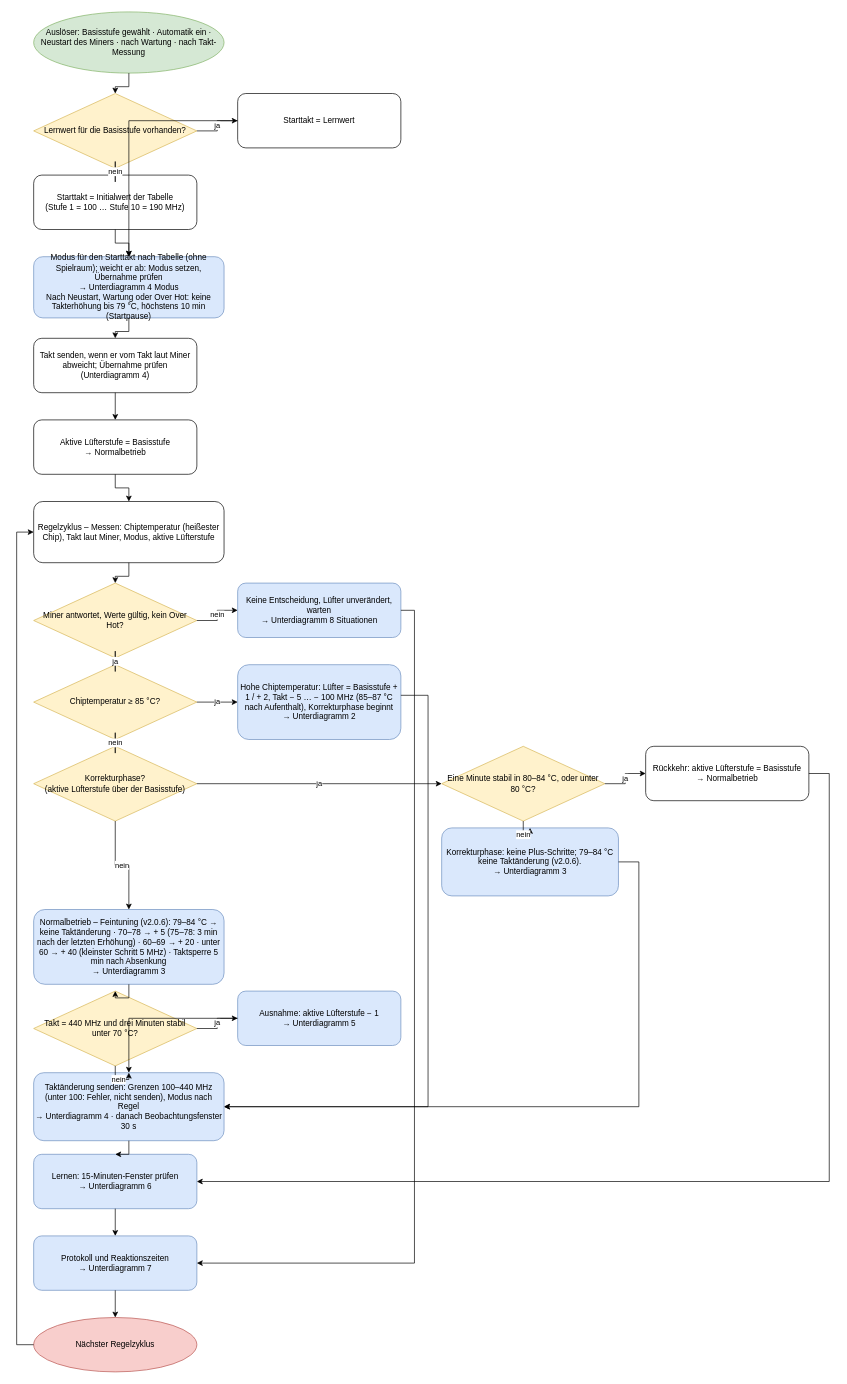
lieferbaer/miner-sentinel keeps this draw.io diagram as page "1 Hauptablauf" (1 of 8) of docs/claude/Regelungslogik-Luefter-Takt.drawio. Above is the earlier version. Source tidied: cells renumbered, new cells numbered last; positions are measured from the earlier drawing's top-left corner, leaving out a move shared by most shapes. Both pictures are drawn from the tidied source at 68%, with x=0, y=0 at pixel (16, 12).
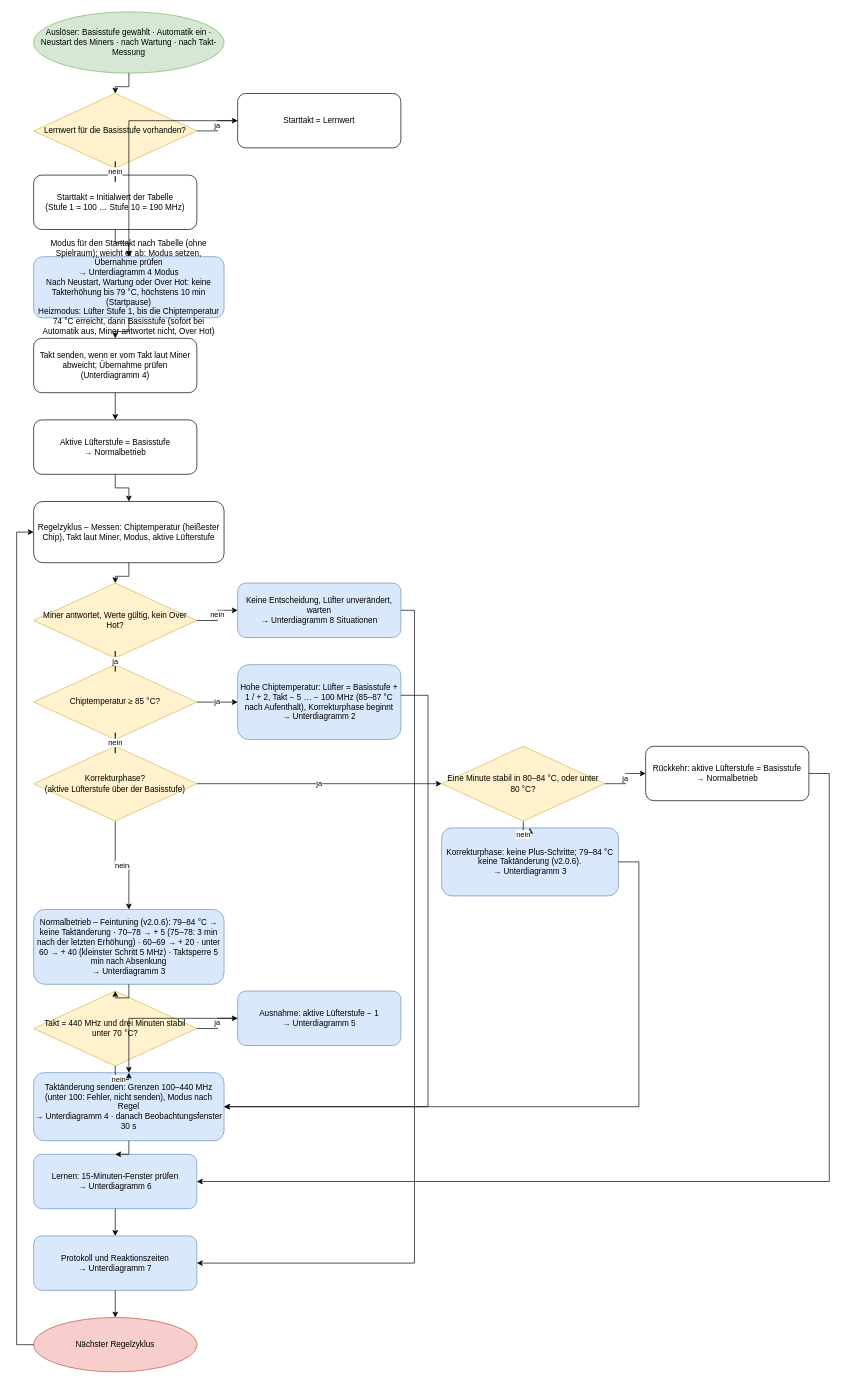
After the change.

Commit message (it also covers changes not shown here):
v2.1.7: Heizmodus beim Start, Spielraum 20 MHz beim Moduswechsel nach unten

Change to the diagram source:
```diff
@@
-    <mxCell id="6" value="Modus für den Starttakt nach Tabelle (ohne Spielraum); weicht er ab: Modus setzen, Übernahme prüfen&lt;br&gt;→ Unterdiagramm 4 Modus&lt;br&gt;Nach Neustart, Wartung oder Over Hot: keine Takterhöhung bis 79 °C, höchstens 10 min (Startpause)" style="rounded=1;whiteSpace=wrap;html=1;fillColor=#dae8fc;strokeColor=#6c8ebf;" parent="1" vertex="1">
+    <mxCell id="6" value="Modus für den Starttakt nach Tabelle (ohne Spielraum); weicht er ab: Modus setzen, Übernahme prüfen&lt;br&gt;→ Unterdiagramm 4 Modus&lt;br&gt;Nach Neustart, Wartung oder Over Hot: keine Takterhöhung bis 79 °C, höchstens 10 min (Startpause)&lt;br&gt;Heizmodus: Lüfter Stufe 1, bis die Chiptemperatur 74 °C erreicht, dann Basisstufe (sofort bei Automatik aus, Miner antwortet nicht, Over Hot)" style="rounded=1;whiteSpace=wrap;html=1;fillColor=#dae8fc;strokeColor=#6c8ebf;" parent="1" vertex="1">
       <mxGeometry x="25" y="360" width="280" height="90" as="geometry" />
     </mxCell>
```
